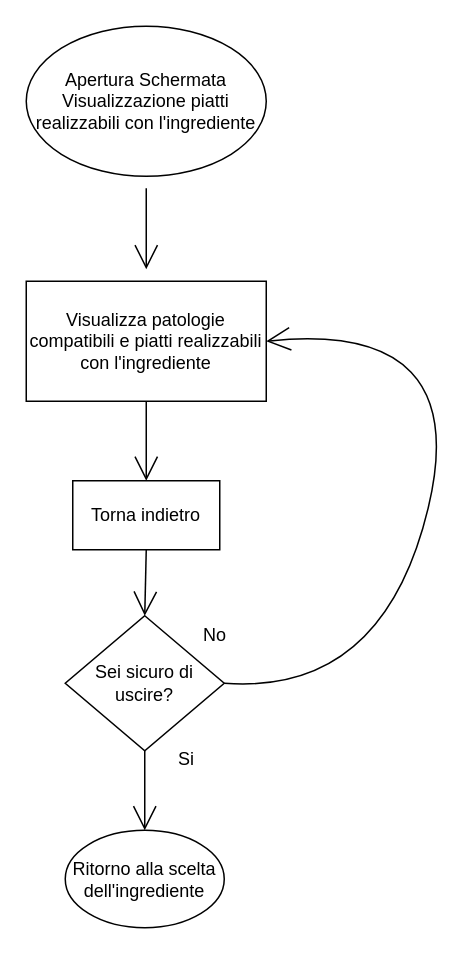
Before: doc/Progetti Drawio/FlowchartVisualizzazionePiattiRealizzabiliConIngrediente.drawio in zSavT/Healthy-Catering, a draw.io diagram. Source tidied: cells renumbered, new cells numbered last; positions are measured from the earlier drawing's top-left corner, leaving out a move shared by most shapes. Both pictures are drawn from the tidied source at 150%, with x=0, y=0 at pixel (26, 26).
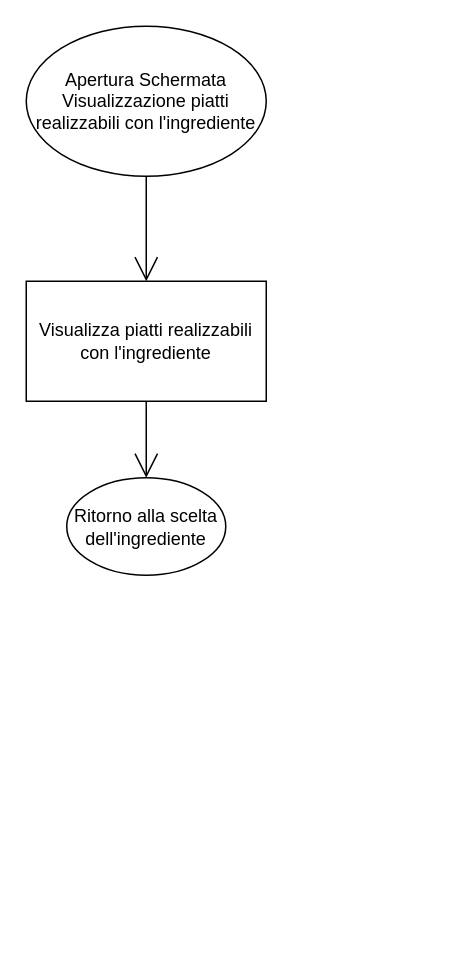
After the change.

Commit message (it also covers changes not shown here):
aggiornati flowchart

The edit, as a diff of the source:
```diff
@@
 <mxGraphModel>
   <root>
     <mxCell id="0" />
     <mxCell id="1" parent="0" />
-    <mxCell id="2" value="Visualizza patologie compatibili e piatti realizzabili con l'ingrediente" style="rounded=0;whiteSpace=wrap;html=1;hachureGap=4;" parent="1" vertex="1">
+    <mxCell id="2" value="Visualizza piatti realizzabili con l'ingrediente" style="rounded=0;whiteSpace=wrap;html=1;hachureGap=4;" parent="1" vertex="1">
       <mxGeometry y="170" width="160" height="80" as="geometry" />
     </mxCell>
-    <mxCell id="3" style="edgeStyle=none;curved=1;rounded=0;jettySize=auto;html=1;endArrow=open;startSize=14;endSize=14;sourcePerimeterSpacing=8;targetPerimeterSpacing=8;" parent="1" edge="1" source="4" target="2">
+    <mxCell id="3" style="edgeStyle=none;curved=1;rounded=0;jettySize=auto;html=1;endArrow=open;startSize=14;endSize=14;sourcePerimeterSpacing=8;targetPerimeterSpacing=8;exitX=0.5;exitY=1;exitDx=0;exitDy=0;entryX=0.5;entryY=0;entryDx=0;entryDy=0;" parent="1" edge="1" source="4" target="2">
       <mxGeometry relative="1" as="geometry" />
     </mxCell>
     <mxCell id="4" value="Apertura Schermata Visualizzazione piatti realizzabili con l'ingrediente" style="ellipse;whiteSpace=wrap;html=1;hachureGap=4;" parent="1" vertex="1">
       <mxGeometry width="160" height="100" as="geometry" />
     </mxCell>
-    <mxCell id="5" value="Torna indietro" style="rounded=0;whiteSpace=wrap;html=1;hachureGap=4;" parent="1" vertex="1">
-      <mxGeometry x="31" y="303" width="98" height="46" as="geometry" />
-    </mxCell>
-    <mxCell id="6" style="edgeStyle=none;jettySize=auto;html=1;rounded=0;endArrow=open;startSize=14;endSize=14;sourcePerimeterSpacing=8;targetPerimeterSpacing=8;curved=1;exitX=0.5;exitY=1;exitDx=0;exitDy=0;entryX=0.5;entryY=0;entryDx=0;entryDy=0;" parent="1" edge="1" source="2" target="5">
+    <mxCell id="6" style="edgeStyle=none;jettySize=auto;html=1;rounded=0;endArrow=open;startSize=14;endSize=14;sourcePerimeterSpacing=8;targetPerimeterSpacing=8;curved=1;exitX=0.5;exitY=1;exitDx=0;exitDy=0;entryX=0.5;entryY=0;entryDx=0;entryDy=0;" parent="1" edge="1" source="2" target="10">
       <mxGeometry relative="1" as="geometry" />
     </mxCell>
-    <mxCell id="7" value="Sei sicuro di uscire?" style="rhombus;whiteSpace=wrap;html=1;hachureGap=4;" parent="1" vertex="1">
-      <mxGeometry x="26" y="393" width="106" height="90" as="geometry" />
-    </mxCell>
-    <mxCell id="8" style="edgeStyle=none;jettySize=auto;html=1;rounded=0;endArrow=open;startSize=14;endSize=14;sourcePerimeterSpacing=8;targetPerimeterSpacing=8;curved=1;exitX=0.5;exitY=1;exitDx=0;exitDy=0;entryX=0.5;entryY=0;entryDx=0;entryDy=0;" parent="1" edge="1" source="5" target="7">
-      <mxGeometry relative="1" as="geometry" />
-    </mxCell>
-    <mxCell id="9" value="No" style="text;strokeColor=none;fillColor=none;html=1;align=center;verticalAlign=middle;whiteSpace=wrap;rounded=0;hachureGap=4;" parent="1" vertex="1">
-      <mxGeometry x="96" y="391" width="60" height="30" as="geometry" />
-    </mxCell>
     <mxCell id="10" value="Ritorno alla scelta dell'ingrediente" style="ellipse;whiteSpace=wrap;html=1;hachureGap=4;" parent="1" vertex="1">
-      <mxGeometry x="26" y="536" width="106" height="65" as="geometry" />
+      <mxGeometry x="27" y="301" width="106" height="65" as="geometry" />
     </mxCell>
-    <mxCell id="11" style="edgeStyle=none;jettySize=auto;html=1;rounded=0;endArrow=open;startSize=14;endSize=14;sourcePerimeterSpacing=8;targetPerimeterSpacing=8;curved=1;entryX=0.5;entryY=0;entryDx=0;entryDy=0;exitX=0.5;exitY=1;exitDx=0;exitDy=0;" parent="1" edge="1" source="7" target="10">
-      <mxGeometry relative="1" as="geometry" />
-    </mxCell>
-    <mxCell id="12" value="Si" style="text;strokeColor=none;fillColor=none;html=1;align=center;verticalAlign=middle;whiteSpace=wrap;rounded=0;hachureGap=4;" parent="1" vertex="1">
-      <mxGeometry x="77" y="474" width="60" height="30" as="geometry" />
-    </mxCell>
-    <mxCell id="13" style="edgeStyle=none;jettySize=auto;html=1;rounded=0;endArrow=open;startSize=14;endSize=14;sourcePerimeterSpacing=8;targetPerimeterSpacing=8;curved=1;exitX=1;exitY=0.5;exitDx=0;exitDy=0;entryX=1;entryY=0.5;entryDx=0;entryDy=0;" parent="1" edge="1" source="7" target="2">
-      <mxGeometry relative="1" as="geometry">
-        <Array as="points">
-          <mxPoint x="238" y="446" />
-          <mxPoint x="298" y="196" />
-        </Array>
-      </mxGeometry>
-    </mxCell>
   </root>
 </mxGraphModel>
```
